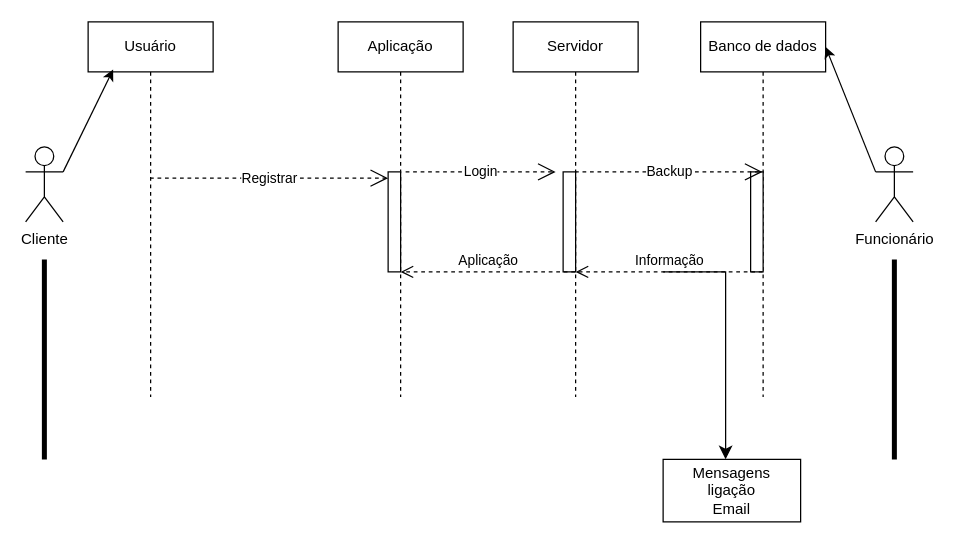
The draw.io diagram Interfase.drawio in gman2004-spec/Draw.io, before the edit. Source tidied: cells renumbered, new cells numbered last; positions are measured from the earlier drawing's top-left corner, leaving out a move shared by most shapes. Both pictures are drawn from the tidied source at 125%, with x=0, y=0 at pixel (25, 21).
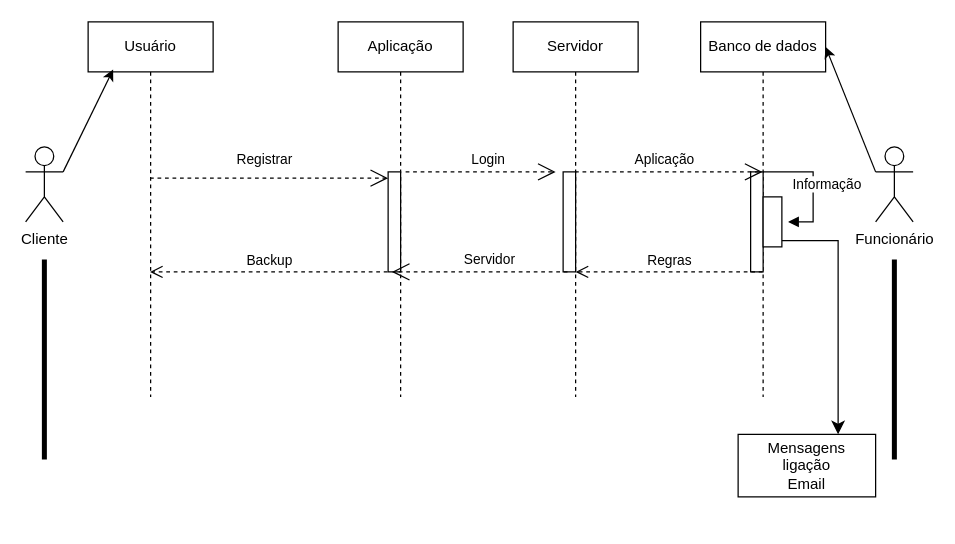
After the change.

The change refers to these unchanged cells:
```xml
<mxCell id="3" style="html=1;points=[[0,0,0,0,5],[0,1,0,0,-5],[1,0,0,0,5],[1,1,0,0,-5]];perimeter=orthogonalPerimeter;outlineConnect=0;targetShapes=umlLifeline;portConstraint=eastwest;newEdgeStyle={&quot;curved&quot;:0,&quot;rounded&quot;:0};" parent="2" vertex="1">
  <mxGeometry x="40" y="120" width="10" height="80" as="geometry" />
</mxCell>
<mxCell id="4" value="Servidor" style="shape=umlLifeline;perimeter=lifelinePerimeter;whiteSpace=wrap;html=1;outlineConnect=0;portConstraint=eastwest;newEdgeStyle={&quot;curved&quot;:0,&quot;rounded&quot;:0};" parent="1" vertex="1">
  <mxGeometry x="390" width="100" height="300" as="geometry" />
</mxCell>
<mxCell id="6" value="Usuário" style="shape=umlLifeline;perimeter=lifelinePerimeter;whiteSpace=wrap;html=1;outlineConnect=0;portConstraint=eastwest;newEdgeStyle={&quot;curved&quot;:0,&quot;rounded&quot;:0};" parent="1" vertex="1">
  <mxGeometry x="50" width="100" height="300" as="geometry" />
</mxCell>
<mxCell id="7" value="Banco de dados" style="shape=umlLifeline;perimeter=lifelinePerimeter;whiteSpace=wrap;html=1;outlineConnect=0;portConstraint=eastwest;newEdgeStyle={&quot;curved&quot;:0,&quot;rounded&quot;:0};" parent="1" vertex="1">
  <mxGeometry x="540" width="100" height="300" as="geometry" />
</mxCell>
```

Diff of the diagram source:
```diff
@@
+    <mxCell id="22" style="html=1;points=[[0,0,0,0,5],[0,1,0,0,-5],[1,0,0,0,5],[1,1,0,0,-5]];perimeter=orthogonalPerimeter;outlineConnect=0;targetShapes=umlLifeline;portConstraint=eastwest;newEdgeStyle={&quot;curved&quot;:0,&quot;rounded&quot;:0};" parent="7" vertex="1">
+      <mxGeometry x="50" y="140" width="15" height="40" as="geometry" />
+    </mxCell>
+    <mxCell id="23" value="Informação" style="html=1;align=left;spacingLeft=2;endArrow=block;rounded=0;edgeStyle=orthogonalEdgeStyle;curved=0;rounded=0;" parent="7" edge="1">
+      <mxGeometry x="-0.6" y="-10" relative="1" as="geometry">
+        <mxPoint x="50" y="120" as="sourcePoint" />
+        <mxPoint x="70" y="160" as="targetPoint" />
+        <Array as="points">
+          <mxPoint x="90" y="120" />
+          <mxPoint x="90" y="160" />
+        </Array>
+      </mxGeometry>
+    </mxCell>
     <mxCell id="9" value="Registrar" style="endArrow=open;endSize=12;dashed=1;html=1;rounded=0;entryX=0;entryY=0;entryDx=0;entryDy=5;entryPerimeter=0;" parent="1" edge="1" source="6" target="3">
-      <mxGeometry relative="1" as="geometry" />
+      <mxGeometry x="-0.05" y="15" relative="1" as="geometry">
+        <mxPoint x="1" as="offset" />
+      </mxGeometry>
     </mxCell>
     <mxCell id="10" value="Login" style="endArrow=open;endSize=12;dashed=1;html=1;rounded=0;" parent="1" edge="1">
-      <mxGeometry relative="1" as="geometry">
+      <mxGeometry x="0.1" y="10" relative="1" as="geometry">
         <mxPoint x="304" y="120" as="sourcePoint" />
         <mxPoint x="424" y="120" as="targetPoint" />
       </mxGeometry>
     </mxCell>
-    <mxCell id="11" value="Backup" style="endArrow=open;endSize=12;dashed=1;html=1;rounded=0;" parent="1" edge="1" source="4" target="7">
-      <mxGeometry relative="1" as="geometry">
+    <mxCell id="11" value="Aplicação" style="endArrow=open;endSize=12;dashed=1;html=1;rounded=0;" parent="1" edge="1" source="4" target="7">
+      <mxGeometry x="-0.06" y="10" relative="1" as="geometry">
         <Array as="points">
           <mxPoint x="490" y="120" />
         </Array>
       </mxGeometry>
     </mxCell>
-    <mxCell id="12" value="Aplicação" style="html=1;verticalAlign=bottom;endArrow=open;dashed=1;endSize=8;curved=0;rounded=0;" parent="1" edge="1" source="4">
+    <mxCell id="12" value="Backup" style="html=1;verticalAlign=bottom;endArrow=open;dashed=1;endSize=8;curved=0;rounded=0;" parent="1" edge="1" target="6">
       <mxGeometry relative="1" as="geometry">
-        <mxPoint x="300" y="200" as="targetPoint" />
+        <mxPoint x="289.5" y="200" as="sourcePoint" />
+        <Array as="points">
+          <mxPoint x="250" y="200" />
+        </Array>
       </mxGeometry>
     </mxCell>
-    <mxCell id="13" value="Informação" style="html=1;verticalAlign=bottom;endArrow=open;dashed=1;endSize=8;curved=0;rounded=0;" parent="1" edge="1" source="7">
+    <mxCell id="13" value="Regras" style="html=1;verticalAlign=bottom;endArrow=open;dashed=1;endSize=8;curved=0;rounded=0;" parent="1" edge="1" source="7">
       <mxGeometry relative="1" as="geometry">
         <mxPoint x="440" y="200" as="targetPoint" />
       </mxGeometry>
     </mxCell>
@@
-    <mxCell id="20" style="edgeStyle=segmentEdgeStyle;endArrow=classic;html=1;curved=0;rounded=0;endSize=8;startSize=8;" parent="1" edge="1">
+    <mxCell id="20" style="edgeStyle=segmentEdgeStyle;endArrow=classic;html=1;curved=0;rounded=0;endSize=8;startSize=8;exitX=1;exitY=1;exitDx=0;exitDy=-5;exitPerimeter=0;" parent="1" edge="1" source="22">
       <mxGeometry relative="1" as="geometry">
-        <mxPoint x="510" y="200" as="sourcePoint" />
-        <mxPoint x="560" y="350" as="targetPoint" />
+        <mxPoint x="650" y="330" as="targetPoint" />
       </mxGeometry>
     </mxCell>
     <mxCell id="21" value="Mensagens&lt;div&gt;ligação&lt;/div&gt;&lt;div&gt;Email&lt;/div&gt;" style="html=1;whiteSpace=wrap;" parent="1" vertex="1">
-      <mxGeometry x="510" y="350" width="110" height="50" as="geometry" />
+      <mxGeometry x="570" y="330" width="110" height="50" as="geometry" />
     </mxCell>
+    <mxCell id="24" value="Servidor" style="endArrow=open;endSize=12;dashed=1;html=1;rounded=0;entryX=0.49;entryY=0.69;entryDx=0;entryDy=0;entryPerimeter=0;" parent="1" edge="1">
+      <mxGeometry x="-0.1" y="-10" relative="1" as="geometry">
+        <mxPoint x="433.5" y="200" as="sourcePoint" />
+        <mxPoint x="293" y="200" as="targetPoint" />
+      </mxGeometry>
+    </mxCell>
```
